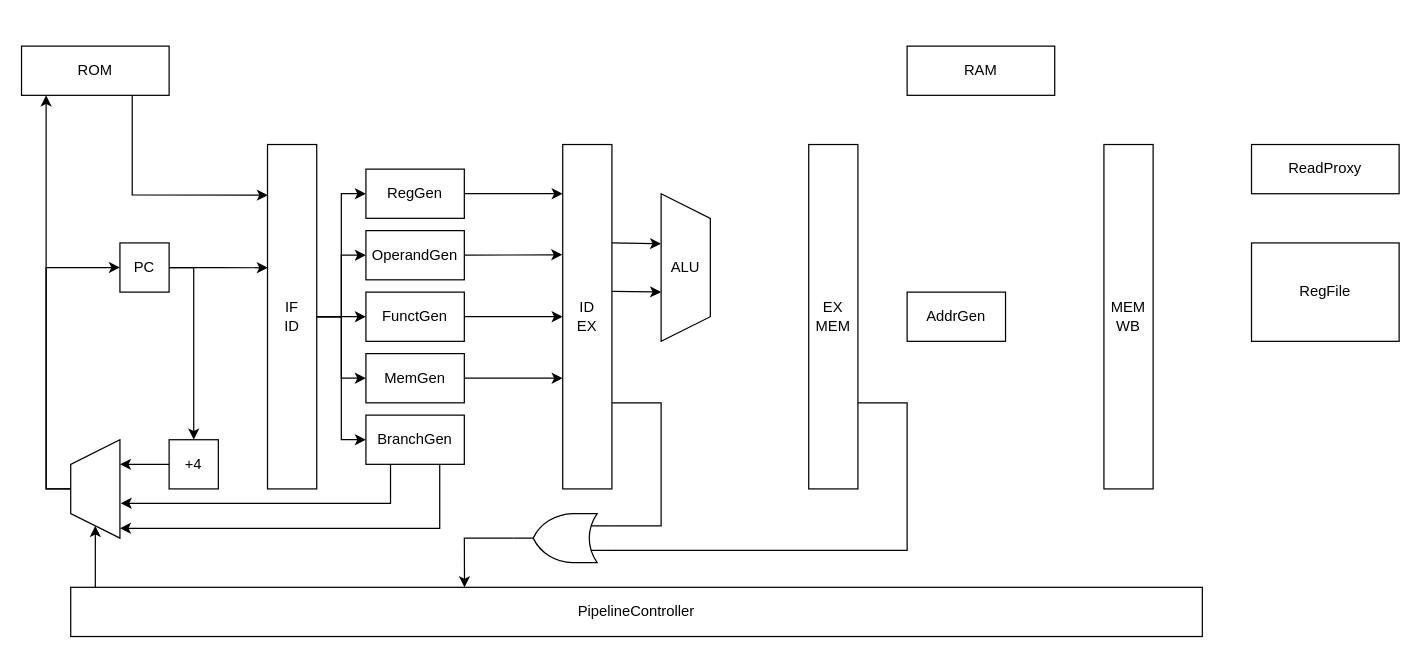
Above: TinyMIPS.drawio in umiskky/Diagrams (draw.io), before the change. Source tidied: cells renumbered, new cells numbered last; positions are measured from the earlier drawing's top-left corner, leaving out a move shared by most shapes. Both pictures are drawn from the tidied source at 123%, with x=0, y=0 at pixel (21, 46).
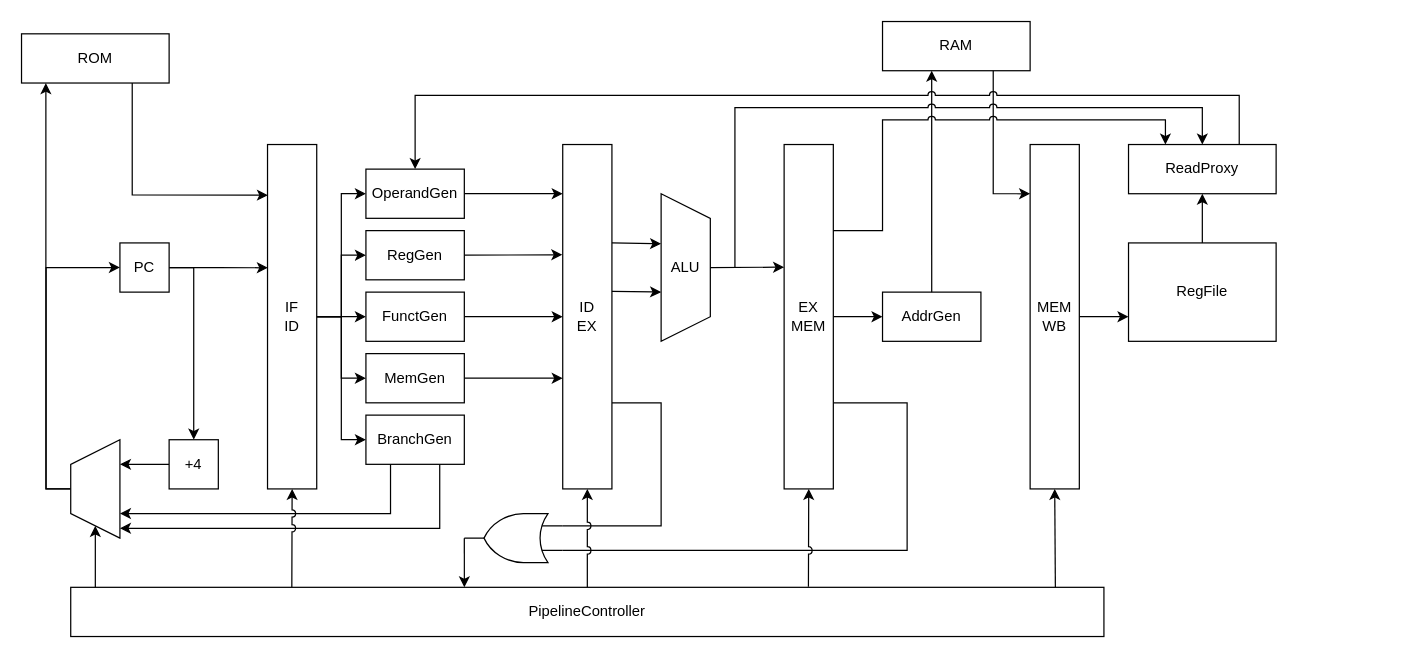
The same diagram, later.

The change refers to these unchanged cells:
```xml
<mxCell id="9" style="shape=trapezoid;perimeter=trapezoidPerimeter;whiteSpace=wrap;html=1;fixedSize=1;direction=north;" parent="1" vertex="1">
  <mxGeometry x="40" y="320" width="40" height="80" as="geometry" />
</mxCell>
<mxCell id="17" value="IF&lt;br&gt;ID" style="rounded=0;whiteSpace=wrap;html=1;" parent="1" vertex="1">
  <mxGeometry x="200" y="80" width="40" height="280" as="geometry" />
</mxCell>
<mxCell id="19" value="ID&lt;br&gt;EX" style="rounded=0;whiteSpace=wrap;html=1;" parent="1" vertex="1">
  <mxGeometry x="440" y="80" width="40" height="280" as="geometry" />
</mxCell>
<mxCell id="34" value="BranchGen" style="rounded=0;whiteSpace=wrap;html=1;" parent="1" vertex="1">
  <mxGeometry x="280" y="300" width="80" height="40" as="geometry" />
</mxCell>
<mxCell id="37" value="ALU" style="shape=trapezoid;perimeter=trapezoidPerimeter;whiteSpace=wrap;html=1;fixedSize=1;direction=south;" parent="1" vertex="1">
  <mxGeometry x="520" y="120" width="40" height="120" as="geometry" />
</mxCell>
```

Change to the diagram source:
```diff
@@
     <mxCell id="3" value="ROM" style="rounded=0;whiteSpace=wrap;html=1;" parent="1" vertex="1">
-      <mxGeometry width="120" height="40" as="geometry" />
+      <mxGeometry y="-10" width="120" height="40" as="geometry" />
     </mxCell>
@@
-    <mxCell id="7" style="edgeStyle=orthogonalEdgeStyle;rounded=0;jettySize=auto;html=1;exitX=0.5;exitY=0;exitDx=0;exitDy=0;" parent="1" edge="1" source="9">
-      <mxGeometry relative="1" as="geometry">
-        <mxPoint x="20" y="40" as="targetPoint" />
-      </mxGeometry>
+    <mxCell id="7" style="edgeStyle=orthogonalEdgeStyle;rounded=0;jettySize=auto;html=1;exitX=0.5;exitY=0;exitDx=0;exitDy=0;entryX=0.165;entryY=1;entryDx=0;entryDy=0;entryPerimeter=0;" parent="1" edge="1" source="9" target="3">
+      <mxGeometry relative="1" as="geometry" />
     </mxCell>
@@
+    <mxCell id="45" style="edgeStyle=none;rounded=0;jettySize=auto;html=1;exitX=1;exitY=0.5;exitDx=0;exitDy=0;entryX=0;entryY=0.5;entryDx=0;entryDy=0;endArrow=classic;endFill=1;" parent="1" edge="1" source="21" target="39">
+      <mxGeometry relative="1" as="geometry" />
+    </mxCell>
+    <mxCell id="46" style="edgeStyle=none;rounded=0;sketch=0;jumpStyle=arc;jettySize=auto;html=1;entryX=0.5;entryY=1;entryDx=0;entryDy=0;shadow=0;endArrow=classic;endFill=1;exitX=0.714;exitY=-0.014;exitDx=0;exitDy=0;exitPerimeter=0;" parent="1" edge="1" source="23" target="21">
+      <mxGeometry relative="1" as="geometry" />
+    </mxCell>
     <mxCell id="21" value="EX&lt;br&gt;MEM" style="rounded=0;whiteSpace=wrap;html=1;" parent="1" vertex="1">
-      <mxGeometry x="640" y="80" width="40" height="280" as="geometry" />
+      <mxGeometry x="620" y="80" width="40" height="280" as="geometry" />
     </mxCell>
+    <mxCell id="47" style="edgeStyle=none;rounded=0;sketch=0;jumpStyle=arc;jettySize=auto;html=1;exitX=1;exitY=0.5;exitDx=0;exitDy=0;entryX=0;entryY=0.75;entryDx=0;entryDy=0;shadow=0;endArrow=classic;endFill=1;" parent="1" edge="1" source="22" target="41">
+      <mxGeometry relative="1" as="geometry" />
+    </mxCell>
+    <mxCell id="48" style="edgeStyle=none;rounded=0;sketch=0;jumpStyle=arc;jettySize=auto;html=1;entryX=0.5;entryY=1;entryDx=0;entryDy=0;shadow=0;endArrow=classic;endFill=1;exitX=0.953;exitY=0.005;exitDx=0;exitDy=0;exitPerimeter=0;" parent="1" edge="1" source="23" target="22">
+      <mxGeometry relative="1" as="geometry" />
+    </mxCell>
     <mxCell id="22" value="MEM&lt;br&gt;WB" style="rounded=0;whiteSpace=wrap;html=1;" parent="1" vertex="1">
-      <mxGeometry x="880" y="80" width="40" height="280" as="geometry" />
+      <mxGeometry x="820" y="80" width="40" height="280" as="geometry" />
     </mxCell>
     <mxCell id="23" value="PipelineController" style="rounded=0;whiteSpace=wrap;html=1;" parent="1" vertex="1">
-      <mxGeometry x="40" y="440" width="920" height="40" as="geometry" />
+      <mxGeometry x="40" y="440" width="840" height="40" as="geometry" />
     </mxCell>
@@
-    <mxCell id="25" value="RegGen" style="rounded=0;whiteSpace=wrap;html=1;" parent="1" vertex="1">
+    <mxCell id="25" value="OperandGen" style="rounded=0;whiteSpace=wrap;html=1;" parent="1" vertex="1">
       <mxGeometry x="280" y="100" width="80" height="40" as="geometry" />
     </mxCell>
@@
-    <mxCell id="27" value="&lt;span&gt;OperandGen&lt;/span&gt;" style="rounded=0;whiteSpace=wrap;html=1;" parent="1" vertex="1">
+    <mxCell id="27" value="&lt;span&gt;RegGen&lt;/span&gt;" style="rounded=0;whiteSpace=wrap;html=1;" parent="1" vertex="1">
       <mxGeometry x="280" y="150" width="80" height="40" as="geometry" />
     </mxCell>
@@
-    <mxCell id="32" style="edgeStyle=orthogonalEdgeStyle;rounded=0;jettySize=auto;html=1;exitX=0.25;exitY=1;exitDx=0;exitDy=0;entryX=0.354;entryY=1.015;entryDx=0;entryDy=0;entryPerimeter=0;" parent="1" edge="1" source="34" target="9">
-      <mxGeometry relative="1" as="geometry" />
+    <mxCell id="32" style="edgeStyle=orthogonalEdgeStyle;rounded=0;jettySize=auto;html=1;exitX=0.25;exitY=1;exitDx=0;exitDy=0;entryX=0.25;entryY=1;entryDx=0;entryDy=0;" parent="1" edge="1" source="34" target="9">
+      <mxGeometry relative="1" as="geometry">
+        <Array as="points">
+          <mxPoint x="300" y="380" />
+        </Array>
+      </mxGeometry>
     </mxCell>
@@
-    <mxCell id="35" style="edgeStyle=none;rounded=0;jettySize=auto;html=1;entryX=0.348;entryY=0;entryDx=0;entryDy=0;entryPerimeter=0;exitX=1;exitY=0.5;exitDx=0;exitDy=0;exitPerimeter=0;anchorPointDirection=1;" parent="1" edge="1" source="36" target="23">
+    <mxCell id="35" style="edgeStyle=none;rounded=0;jettySize=auto;html=1;entryX=0.381;entryY=0;entryDx=0;entryDy=0;entryPerimeter=0;exitX=1;exitY=0.5;exitDx=0;exitDy=0;exitPerimeter=0;anchorPointDirection=1;" parent="1" edge="1" source="36" target="23">
       <mxGeometry relative="1" as="geometry">
         <Array as="points">
           <mxPoint x="360" y="400" />
         </Array>
       </mxGeometry>
     </mxCell>
     <mxCell id="36" style="verticalLabelPosition=bottom;shadow=0;dashed=0;align=center;html=1;verticalAlign=top;shape=mxgraph.electrical.logic_gates.logic_gate;operation=or;direction=west;" parent="1" vertex="1">
-      <mxGeometry x="400" y="380" width="80" height="40" as="geometry" />
+      <mxGeometry x="360" y="380" width="80" height="40" as="geometry" />
     </mxCell>
@@
     <mxCell id="38" value="RAM" style="rounded=0;whiteSpace=wrap;html=1;" parent="1" vertex="1">
-      <mxGeometry x="720" width="120" height="40" as="geometry" />
+      <mxGeometry x="700" y="-20" width="120" height="40" as="geometry" />
     </mxCell>
     <mxCell id="39" value="&lt;span&gt;AddrGen&lt;/span&gt;" style="rounded=0;whiteSpace=wrap;html=1;" parent="1" vertex="1">
-      <mxGeometry x="720" y="200" width="80" height="40" as="geometry" />
+      <mxGeometry x="700" y="200" width="80" height="40" as="geometry" />
     </mxCell>
     <mxCell id="40" value="ReadProxy" style="rounded=0;whiteSpace=wrap;html=1;" parent="1" vertex="1">
-      <mxGeometry x="1000" y="80" width="120" height="40" as="geometry" />
+      <mxGeometry x="900" y="80" width="120" height="40" as="geometry" />
     </mxCell>
+    <mxCell id="49" style="edgeStyle=none;rounded=0;sketch=0;jumpStyle=arc;jettySize=auto;html=1;exitX=0.5;exitY=0;exitDx=0;exitDy=0;entryX=0.5;entryY=1;entryDx=0;entryDy=0;shadow=0;endArrow=classic;endFill=1;" parent="1" edge="1" source="41" target="40">
+      <mxGeometry relative="1" as="geometry" />
+    </mxCell>
     <mxCell id="41" value="RegFile" style="rounded=0;whiteSpace=wrap;html=1;" parent="1" vertex="1">
-      <mxGeometry x="1000" y="160" width="120" height="80" as="geometry" />
+      <mxGeometry x="900" y="160" width="120" height="80" as="geometry" />
     </mxCell>
@@
+    <mxCell id="50" style="endArrow=classic;html=1;exitX=0.5;exitY=0;exitDx=0;exitDy=0;" parent="1" edge="1" source="37">
+      <mxGeometry relative="1" as="geometry">
+        <mxPoint x="620" y="179.7" as="targetPoint" />
+      </mxGeometry>
+    </mxCell>
+    <mxCell id="51" style="edgeStyle=none;rounded=0;jettySize=auto;html=1;exitX=0.5;exitY=0;exitDx=0;exitDy=0;endArrow=classic;endFill=1;jumpStyle=none;sketch=0;shadow=0;entryX=0.333;entryY=1;entryDx=0;entryDy=0;entryPerimeter=0;" parent="1" edge="1" source="39" target="38">
+      <mxGeometry relative="1" as="geometry" />
+    </mxCell>
+    <mxCell id="52" style="endArrow=classic;html=1;shadow=0;exitX=0.75;exitY=1;exitDx=0;exitDy=0;entryX=0;entryY=0.143;entryDx=0;entryDy=0;entryPerimeter=0;rounded=0;" parent="1" edge="1" source="38" target="22">
+      <mxGeometry relative="1" as="geometry">
+        <Array as="points">
+          <mxPoint x="790" y="120" />
+        </Array>
+      </mxGeometry>
+    </mxCell>
+    <mxCell id="53" style="edgeStyle=none;rounded=0;jettySize=auto;html=1;exitX=0.75;exitY=0;exitDx=0;exitDy=0;entryX=0.5;entryY=0;entryDx=0;entryDy=0;endArrow=classic;endFill=1;jumpStyle=arc;" parent="1" edge="1" source="40" target="25">
+      <mxGeometry relative="1" as="geometry">
+        <Array as="points">
+          <mxPoint x="990" y="40" />
+          <mxPoint x="320" y="40" />
+        </Array>
+      </mxGeometry>
+    </mxCell>
+    <mxCell id="54" style="edgeStyle=none;rounded=0;sketch=0;jumpStyle=arc;jettySize=auto;html=1;entryX=0.5;entryY=0;entryDx=0;entryDy=0;shadow=0;endArrow=classic;endFill=1;" parent="1" edge="1" target="40">
+      <mxGeometry relative="1" as="geometry">
+        <mxPoint x="580" y="180" as="sourcePoint" />
+        <Array as="points">
+          <mxPoint x="580" y="50" />
+          <mxPoint x="960" y="50" />
+        </Array>
+      </mxGeometry>
+    </mxCell>
+    <mxCell id="55" style="edgeStyle=none;rounded=0;sketch=0;jumpStyle=arc;jettySize=auto;html=1;exitX=1;exitY=0.25;exitDx=0;exitDy=0;entryX=0.25;entryY=0;entryDx=0;entryDy=0;shadow=0;endArrow=classic;endFill=1;" parent="1" edge="1" source="21" target="40">
+      <mxGeometry relative="1" as="geometry">
+        <Array as="points">
+          <mxPoint x="700" y="150" />
+          <mxPoint x="700" y="60" />
+          <mxPoint x="930" y="60" />
+        </Array>
+      </mxGeometry>
+    </mxCell>
+    <mxCell id="56" style="edgeStyle=none;rounded=0;sketch=0;jumpStyle=arc;jettySize=auto;html=1;entryX=0.5;entryY=1;entryDx=0;entryDy=0;shadow=0;endArrow=classic;endFill=1;exitX=0.214;exitY=0;exitDx=0;exitDy=0;exitPerimeter=0;" parent="1" edge="1" source="23" target="17">
+      <mxGeometry relative="1" as="geometry" />
+    </mxCell>
+    <mxCell id="57" style="edgeStyle=none;rounded=0;sketch=0;jumpStyle=arc;jettySize=auto;html=1;shadow=0;endArrow=classic;endFill=1;exitX=0.5;exitY=0;exitDx=0;exitDy=0;entryX=0.5;entryY=1;entryDx=0;entryDy=0;" parent="1" edge="1" source="23" target="19">
+      <mxGeometry relative="1" as="geometry" />
+    </mxCell>
```
